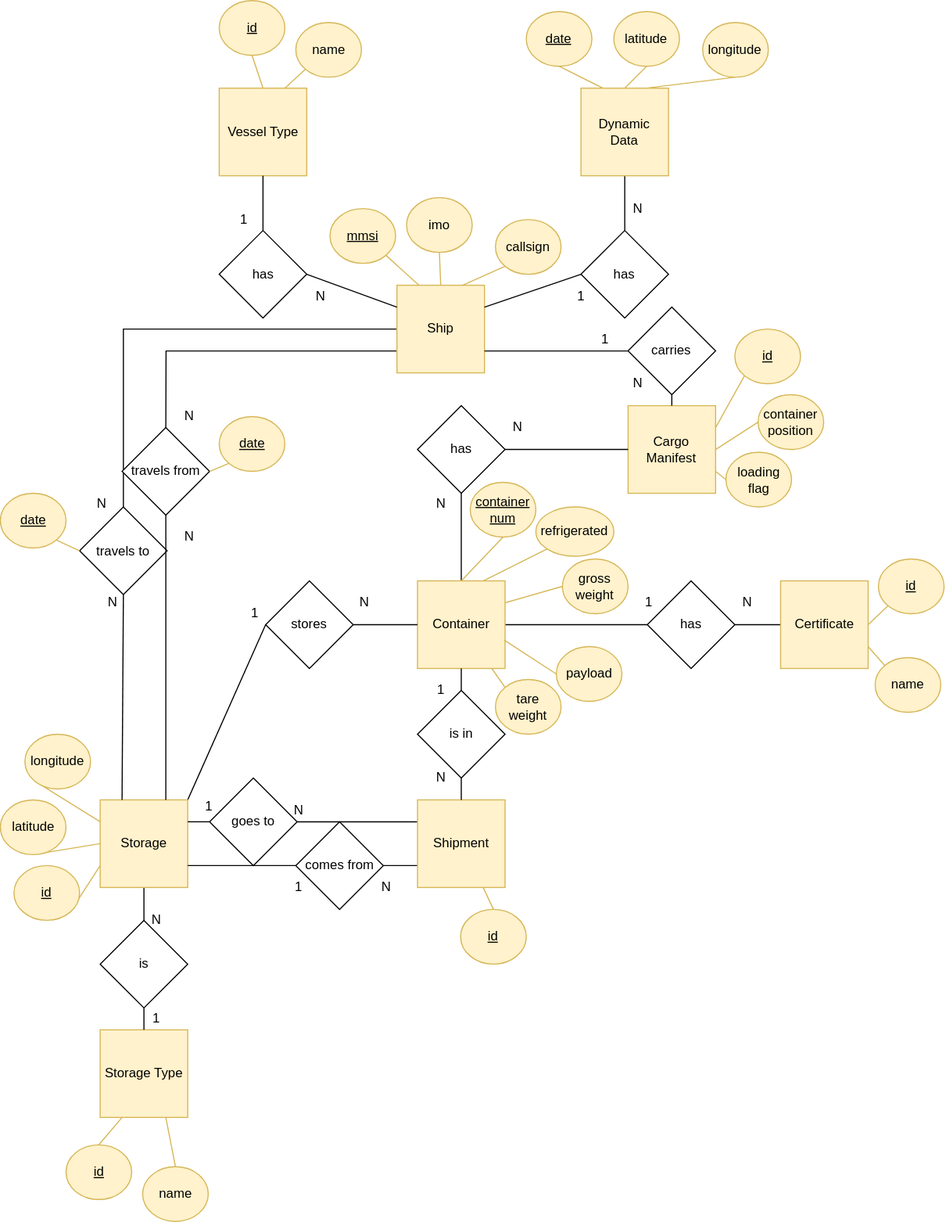
The draw.io diagram docs/ConceptualDataModel.svg in MadDinosaur/ISEP-LAPR3, before a commit. Source tidied: cells renumbered, new cells last; positions are measured from the earlier drawing's top-left corner, leaving out a move shared by most shapes.
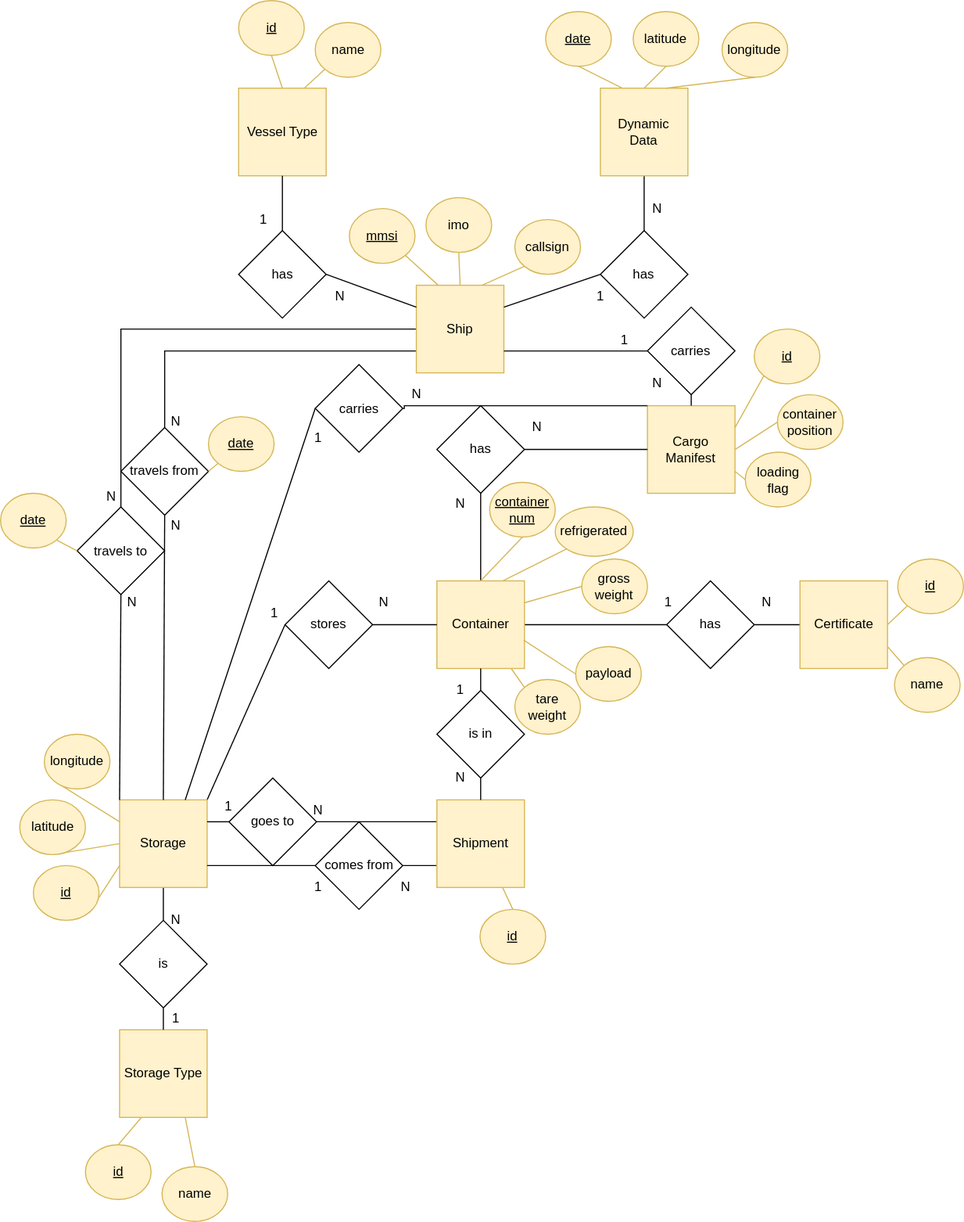
The same diagram one commit later.

What changed in the source:
```diff
@@ -5,14 +5,14 @@
     <mxCell id="2" style="edgeStyle=none;rounded=0;jettySize=auto;html=1;exitX=0;exitY=0.5;exitDx=0;exitDy=0;entryX=0.5;entryY=0;entryDx=0;entryDy=0;endArrow=none;endFill=0;" parent="1" edge="1" source="4" target="79">
       <mxGeometry relative="1" as="geometry">
         <Array as="points">
-          <mxPoint x="112" y="300" />
+          <mxPoint x="92" y="300" />
         </Array>
       </mxGeometry>
     </mxCell>
     <mxCell id="3" style="edgeStyle=none;rounded=0;jettySize=auto;html=1;exitX=0;exitY=0.75;exitDx=0;exitDy=0;entryX=0.5;entryY=0;entryDx=0;entryDy=0;endArrow=none;endFill=0;" parent="1" edge="1" source="4" target="81">
       <mxGeometry relative="1" as="geometry">
         <Array as="points">
-          <mxPoint x="151" y="320" />
+          <mxPoint x="132" y="320" />
         </Array>
       </mxGeometry>
     </mxCell>
@@ -238,17 +238,17 @@
     <mxCell id="77" value="&lt;u&gt;id&lt;/u&gt;" style="ellipse;whiteSpace=wrap;html=1;fillColor=#fff2cc;strokeColor=#d6b656;" parent="1" vertex="1">
       <mxGeometry x="59.6" y="1045" width="60" height="50" as="geometry" />
     </mxCell>
-    <mxCell id="78" style="edgeStyle=none;rounded=0;jettySize=auto;html=1;exitX=0.5;exitY=1;exitDx=0;exitDy=0;entryX=0.25;entryY=0;entryDx=0;entryDy=0;endArrow=none;endFill=0;" parent="1" edge="1" source="79" target="30">
+    <mxCell id="78" style="edgeStyle=none;rounded=0;jettySize=auto;html=1;exitX=0.5;exitY=1;exitDx=0;exitDy=0;entryX=0;entryY=0;entryDx=0;entryDy=0;endArrow=none;endFill=0;" parent="1" edge="1" source="79" target="30">
       <mxGeometry relative="1" as="geometry" />
     </mxCell>
     <mxCell id="79" value="travels to" style="rhombus;whiteSpace=wrap;html=1;" parent="1" vertex="1">
-      <mxGeometry x="72" y="462.5" width="80" height="80" as="geometry" />
+      <mxGeometry x="52" y="462.5" width="80" height="80" as="geometry" />
     </mxCell>
-    <mxCell id="80" style="edgeStyle=none;rounded=0;jettySize=auto;html=1;exitX=0.5;exitY=1;exitDx=0;exitDy=0;entryX=0.75;entryY=0;entryDx=0;entryDy=0;endArrow=none;endFill=0;" parent="1" edge="1" source="81" target="30">
+    <mxCell id="80" style="edgeStyle=none;rounded=0;jettySize=auto;html=1;exitX=0.5;exitY=1;exitDx=0;exitDy=0;entryX=0.5;entryY=0;entryDx=0;entryDy=0;endArrow=none;endFill=0;" parent="1" edge="1" source="81" target="30">
       <mxGeometry relative="1" as="geometry" />
     </mxCell>
     <mxCell id="81" value="travels from" style="rhombus;whiteSpace=wrap;html=1;" parent="1" vertex="1">
-      <mxGeometry x="110.8" y="390" width="80" height="80" as="geometry" />
+      <mxGeometry x="92" y="390" width="80" height="80" as="geometry" />
     </mxCell>
     <mxCell id="82" style="edgeStyle=none;rounded=0;jettySize=auto;html=1;exitX=0.5;exitY=0;exitDx=0;exitDy=0;entryX=0.5;entryY=1;entryDx=0;entryDy=0;endArrow=none;endFill=0;" parent="1" edge="1" source="84" target="34">
       <mxGeometry relative="1" as="geometry" />
@@ -308,13 +308,13 @@
       <mxGeometry x="542" y="300" width="20" height="20" as="geometry" />
     </mxCell>
     <mxCell id="101" value="N" style="text;html=1;align=center;verticalAlign=middle;strokeColor=none;fillColor=none;" parent="1" vertex="1">
-      <mxGeometry x="162" y="370" width="20" height="20" as="geometry" />
+      <mxGeometry x="132" y="375" width="20" height="20" as="geometry" />
     </mxCell>
     <mxCell id="102" value="N" style="text;html=1;align=center;verticalAlign=middle;strokeColor=none;fillColor=none;" parent="1" vertex="1">
-      <mxGeometry x="82" y="450" width="20" height="20" as="geometry" />
+      <mxGeometry x="73" y="443" width="20" height="20" as="geometry" />
     </mxCell>
     <mxCell id="103" value="N" style="text;html=1;align=center;verticalAlign=middle;strokeColor=none;fillColor=none;" parent="1" vertex="1">
-      <mxGeometry x="162" y="480" width="20" height="20" as="geometry" />
+      <mxGeometry x="132" y="470" width="20" height="20" as="geometry" />
     </mxCell>
     <mxCell id="104" value="N" style="text;html=1;align=center;verticalAlign=middle;strokeColor=none;fillColor=none;" parent="1" vertex="1">
       <mxGeometry x="92" y="540" width="20" height="20" as="geometry" />
@@ -365,13 +365,32 @@
       <mxGeometry relative="1" as="geometry" />
     </mxCell>
     <mxCell id="120" value="&lt;u&gt;date&lt;/u&gt;" style="ellipse;whiteSpace=wrap;html=1;fillColor=#fff2cc;strokeColor=#d6b656;" parent="1" vertex="1">
-      <mxGeometry x="199.6" y="380" width="60" height="50" as="geometry" />
+      <mxGeometry x="172" y="380" width="60" height="50" as="geometry" />
     </mxCell>
     <mxCell id="121" style="edgeStyle=none;rounded=0;jettySize=auto;html=1;exitX=1;exitY=1;exitDx=0;exitDy=0;entryX=0;entryY=0.5;entryDx=0;entryDy=0;endArrow=none;endFill=0;fillColor=#fff2cc;strokeColor=#d6b656;" parent="1" edge="1" source="122" target="79">
       <mxGeometry relative="1" as="geometry" />
     </mxCell>
     <mxCell id="122" value="&lt;u&gt;date&lt;/u&gt;" style="ellipse;whiteSpace=wrap;html=1;fillColor=#fff2cc;strokeColor=#d6b656;" parent="1" vertex="1">
-      <mxGeometry x="-0.4" y="450" width="60" height="50" as="geometry" />
+      <mxGeometry x="-18" y="450" width="60" height="50" as="geometry" />
     </mxCell>
+    <mxCell id="123" style="edgeStyle=orthogonalEdgeStyle;rounded=0;jettySize=auto;html=1;exitX=1;exitY=0.5;exitDx=0;exitDy=0;entryX=0;entryY=0;entryDx=0;entryDy=0;endArrow=none;endFill=0;" parent="1" edge="1" source="125" target="21">
+      <mxGeometry relative="1" as="geometry">
+        <Array as="points">
+          <mxPoint x="351" y="370" />
+        </Array>
+      </mxGeometry>
+    </mxCell>
+    <mxCell id="124" style="edgeStyle=none;rounded=0;jettySize=auto;html=1;exitX=0;exitY=0.5;exitDx=0;exitDy=0;entryX=0.75;entryY=0;entryDx=0;entryDy=0;endArrow=none;endFill=0;" parent="1" edge="1" source="125" target="30">
+      <mxGeometry relative="1" as="geometry" />
+    </mxCell>
+    <mxCell id="125" value="carries" style="rhombus;whiteSpace=wrap;html=1;" parent="1" vertex="1">
+      <mxGeometry x="269.6" y="332.5" width="80" height="80" as="geometry" />
+    </mxCell>
+    <mxCell id="126" value="N" style="text;html=1;align=center;verticalAlign=middle;strokeColor=none;fillColor=none;" parent="1" vertex="1">
+      <mxGeometry x="352" y="350" width="20" height="20" as="geometry" />
+    </mxCell>
+    <mxCell id="127" value="1" style="text;html=1;align=center;verticalAlign=middle;strokeColor=none;fillColor=none;" parent="1" vertex="1">
+      <mxGeometry x="262" y="390" width="20" height="20" as="geometry" />
+    </mxCell>
   </root>
 </mxGraphModel>
```
